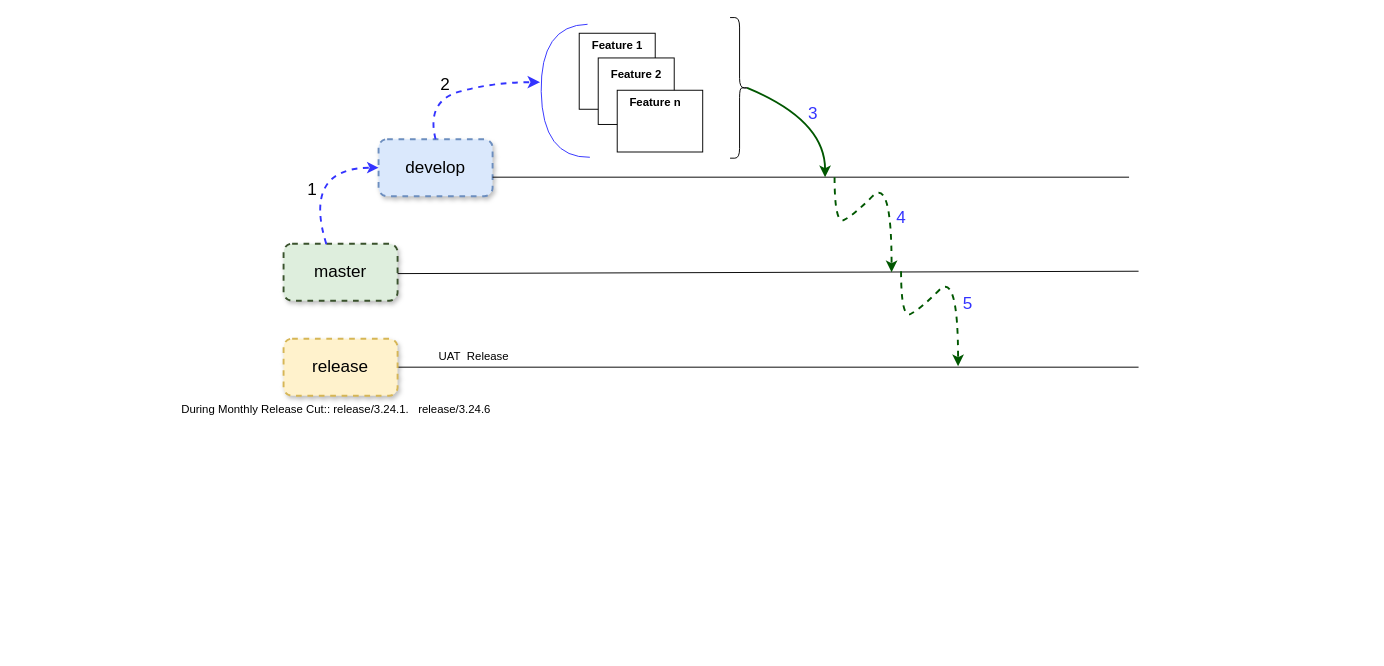
Above: Branches.drawio in PramodNegi/problem-solving-techniques (draw.io), before the change. Source tidied: cells renumbered, new cells numbered last; positions are measured from the earlier drawing's top-left corner, leaving out a move shared by most shapes. Both pictures are drawn from the tidied source at 95%, with x=0, y=0 at pixel (169, 17).
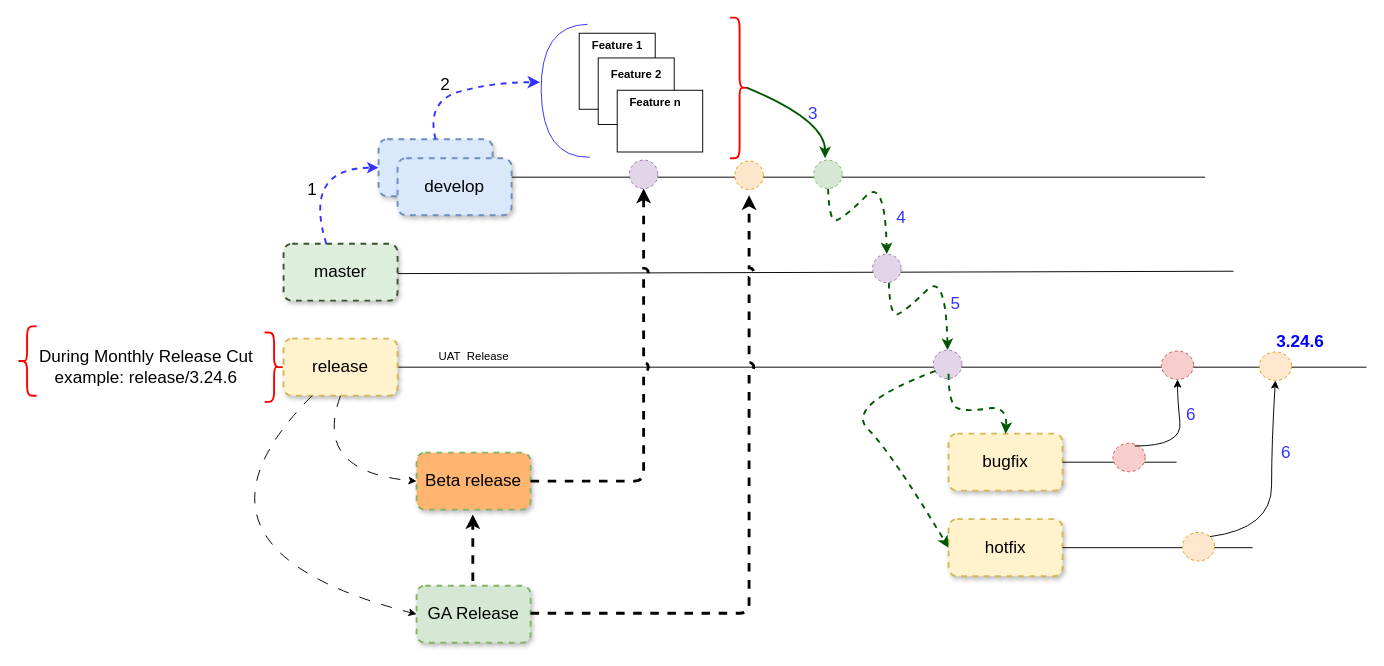
Above is the later version.

Unchanged cells that the change refers to:
```xml
<mxCell id="29" value="&lt;font style=&quot;font-size: 18px;&quot;&gt;release&lt;/font&gt;" style="rounded=1;whiteSpace=wrap;html=1;fillColor=#fff2cc;strokeColor=#d6b656;glass=0;shadow=1;dashed=1;strokeWidth=2;comic=0;" parent="1" vertex="1">
  <mxGeometry x="120" y="338" width="120" height="60" as="geometry" />
</mxCell>
```

Change to the diagram source:
```diff
@@
     <mxCell id="4" style="endArrow=none;html=1;rounded=0;" parent="1" edge="1">
       <mxGeometry relative="1" as="geometry">
         <mxPoint x="240" y="269.5" as="sourcePoint" />
-        <mxPoint x="1020" y="267" as="targetPoint" />
+        <mxPoint x="1120" y="267" as="targetPoint" />
       </mxGeometry>
     </mxCell>
@@
     <mxCell id="18" style="endArrow=none;html=1;rounded=0;" parent="1" edge="1">
       <mxGeometry relative="1" as="geometry">
         <mxPoint x="340" y="168" as="sourcePoint" />
-        <mxPoint x="1010" y="168" as="targetPoint" />
+        <mxPoint x="1090" y="168" as="targetPoint" />
       </mxGeometry>
     </mxCell>
@@
-    <mxCell id="21" style="shape=curlyBracket;whiteSpace=wrap;html=1;rounded=1;flipH=1;labelPosition=right;verticalLabelPosition=middle;align=left;verticalAlign=middle;" parent="1" vertex="1">
+    <mxCell id="21" style="shape=curlyBracket;whiteSpace=wrap;html=1;rounded=1;flipH=1;labelPosition=right;verticalLabelPosition=middle;align=left;verticalAlign=middle;strokeColor=#FF0000;strokeWidth=2;" parent="1" vertex="1">
       <mxGeometry x="590" width="20" height="148" as="geometry" />
     </mxCell>
     <mxCell id="22" style="curved=1;endArrow=classic;html=1;rounded=0;exitX=0.1;exitY=0.5;exitDx=0;exitDy=0;exitPerimeter=0;flowAnimation=1;strokeColor=#005700;strokeWidth=2;" parent="1" edge="1" source="21">
       <mxGeometry relative="1" as="geometry">
-        <mxPoint x="690" y="168" as="targetPoint" />
+        <mxPoint x="690" y="148" as="targetPoint" />
         <Array as="points">
           <mxPoint x="690" y="108" />
         </Array>
       </mxGeometry>
     </mxCell>
@@
-    <mxCell id="24" style="curved=1;endArrow=classic;html=1;rounded=0;strokeColor=#005700;strokeWidth=2;dashed=1;flowAnimation=1;" parent="1" edge="1">
+    <mxCell id="24" style="curved=1;endArrow=classic;html=1;rounded=0;strokeColor=#005700;strokeWidth=2;dashed=1;flowAnimation=1;entryX=0.5;entryY=0;entryDx=0;entryDy=0;" parent="1" edge="1" target="33">
       <mxGeometry relative="1" as="geometry">
-        <mxPoint x="700" y="168" as="sourcePoint" />
-        <mxPoint x="760" y="268" as="targetPoint" />
+        <mxPoint x="693" y="168" as="sourcePoint" />
         <Array as="points">
-          <mxPoint x="700" y="218" />
-          <mxPoint x="720" y="208" />
-          <mxPoint x="760" y="168" />
+          <mxPoint x="693" y="218" />
+          <mxPoint x="713" y="208" />
+          <mxPoint x="753" y="168" />
         </Array>
       </mxGeometry>
     </mxCell>
@@
-    <mxCell id="26" style="curved=1;endArrow=classic;html=1;rounded=0;strokeColor=#005700;strokeWidth=2;dashed=1;flowAnimation=1;" parent="1" edge="1">
+    <mxCell id="26" style="curved=1;endArrow=classic;html=1;rounded=0;strokeColor=#005700;strokeWidth=2;dashed=1;flowAnimation=1;entryX=0.5;entryY=0;entryDx=0;entryDy=0;" parent="1" edge="1" target="34">
       <mxGeometry relative="1" as="geometry">
-        <mxPoint x="770" y="267" as="sourcePoint" />
-        <mxPoint x="830" y="367" as="targetPoint" />
+        <mxPoint x="757" y="267" as="sourcePoint" />
         <Array as="points">
-          <mxPoint x="770" y="317" />
-          <mxPoint x="790" y="307" />
-          <mxPoint x="830" y="267" />
+          <mxPoint x="757" y="317" />
+          <mxPoint x="777" y="307" />
+          <mxPoint x="817" y="267" />
         </Array>
       </mxGeometry>
     </mxCell>
     <mxCell id="27" style="endArrow=none;html=1;rounded=0;exitX=1;exitY=0.5;exitDx=0;exitDy=0;" parent="1" edge="1" source="29">
       <mxGeometry relative="1" as="geometry">
-        <mxPoint x="1020" y="368" as="targetPoint" />
+        <mxPoint x="1260" y="368" as="targetPoint" />
       </mxGeometry>
     </mxCell>
     <mxCell id="28" value="&lt;font color=&quot;#3333ff&quot; style=&quot;font-size: 18px;&quot;&gt;5&lt;/font&gt;" style="text;html=1;align=center;verticalAlign=middle;strokeColor=none;fillColor=none;" parent="1" vertex="1">
-      <mxGeometry x="825" y="281" width="30" height="40" as="geometry" />
+      <mxGeometry x="812" y="281" width="30" height="40" as="geometry" />
     </mxCell>
@@
-    <mxCell id="30" value="During Monthly Release Cut:: release/3.24.1.&amp;nbsp; &amp;nbsp;release/3.24.6" style="text;html=1;align=center;verticalAlign=middle;strokeColor=none;fillColor=none;" parent="1" vertex="1">
-      <mxGeometry y="398" width="350" height="30" as="geometry" />
-    </mxCell>
@@
+    <mxCell id="32" style="ellipse;whiteSpace=wrap;html=1;fillColor=#d5e8d4;strokeColor=#82b366;dashed=1;shadow=0;" parent="1" vertex="1">
+      <mxGeometry x="678" y="150" width="30" height="30" as="geometry" />
+    </mxCell>
+    <mxCell id="33" style="ellipse;whiteSpace=wrap;html=1;fillColor=#e1d5e7;strokeColor=#9673a6;dashed=1;shadow=0;" parent="1" vertex="1">
+      <mxGeometry x="740" y="249" width="30" height="30" as="geometry" />
+    </mxCell>
+    <mxCell id="34" style="ellipse;whiteSpace=wrap;html=1;fillColor=#e1d5e7;strokeColor=#9673a6;dashed=1;shadow=0;" parent="1" vertex="1">
+      <mxGeometry x="804" y="350" width="30" height="30" as="geometry" />
+    </mxCell>
+    <mxCell id="35" value="&lt;font style=&quot;font-size: 18px;&quot;&gt;bugfix&lt;/font&gt;" style="rounded=1;whiteSpace=wrap;html=1;fillColor=#fff2cc;strokeColor=#d6b656;glass=0;shadow=1;dashed=1;strokeWidth=2;comic=0;" parent="1" vertex="1">
+      <mxGeometry x="820" y="438" width="120" height="60" as="geometry" />
+    </mxCell>
+    <mxCell id="36" value="&lt;font style=&quot;font-size: 18px;&quot;&gt;hotfix&lt;/font&gt;" style="rounded=1;whiteSpace=wrap;html=1;fillColor=#fff2cc;strokeColor=#d6b656;glass=0;shadow=1;dashed=1;strokeWidth=2;comic=0;" parent="1" vertex="1">
+      <mxGeometry x="820" y="528" width="120" height="60" as="geometry" />
+    </mxCell>
+    <mxCell id="37" style="curved=1;endArrow=classic;html=1;rounded=0;strokeColor=#005700;strokeWidth=2;dashed=1;flowAnimation=1;" parent="1" edge="1">
+      <mxGeometry relative="1" as="geometry">
+        <mxPoint x="820" y="375" as="sourcePoint" />
+        <mxPoint x="880" y="438" as="targetPoint" />
+        <Array as="points">
+          <mxPoint x="820" y="408" />
+          <mxPoint x="840" y="415" />
+          <mxPoint x="882" y="408" />
+        </Array>
+      </mxGeometry>
+    </mxCell>
+    <mxCell id="38" style="curved=1;endArrow=classic;html=1;rounded=0;strokeColor=#005700;strokeWidth=2;dashed=1;flowAnimation=1;exitX=0;exitY=1;exitDx=0;exitDy=0;entryX=0;entryY=0.5;entryDx=0;entryDy=0;" parent="1" edge="1" target="36">
+      <mxGeometry relative="1" as="geometry">
+        <mxPoint x="806.4" y="372" as="sourcePoint" />
+        <Array as="points">
+          <mxPoint x="710" y="408" />
+          <mxPoint x="760" y="458" />
+        </Array>
+      </mxGeometry>
+    </mxCell>
+    <mxCell id="39" style="endArrow=none;html=1;rounded=0;exitX=1;exitY=0.5;exitDx=0;exitDy=0;" parent="1" edge="1" source="35">
+      <mxGeometry relative="1" as="geometry">
+        <mxPoint x="1060" y="468" as="targetPoint" />
+      </mxGeometry>
+    </mxCell>
+    <mxCell id="40" style="endArrow=none;html=1;rounded=0;" parent="1" edge="1">
+      <mxGeometry relative="1" as="geometry">
+        <mxPoint x="940" y="558" as="sourcePoint" />
+        <mxPoint x="1140" y="558" as="targetPoint" />
+      </mxGeometry>
+    </mxCell>
+    <mxCell id="41" style="ellipse;whiteSpace=wrap;html=1;fillColor=#f8cecc;strokeColor=#b85450;dashed=1;shadow=0;" parent="1" vertex="1">
+      <mxGeometry x="1044" y="351" width="34" height="30" as="geometry" />
+    </mxCell>
+    <mxCell id="42" style="ellipse;whiteSpace=wrap;html=1;fillColor=#ffe6cc;strokeColor=#d79b00;dashed=1;shadow=0;" parent="1" vertex="1">
+      <mxGeometry x="1147" y="352" width="34" height="30" as="geometry" />
+    </mxCell>
+    <mxCell id="43" style="ellipse;whiteSpace=wrap;html=1;fillColor=#f8cecc;strokeColor=#b85450;dashed=1;shadow=0;" parent="1" vertex="1">
+      <mxGeometry x="993" y="448" width="34" height="30" as="geometry" />
+    </mxCell>
+    <mxCell id="44" style="ellipse;whiteSpace=wrap;html=1;fillColor=#ffe6cc;strokeColor=#d79b00;dashed=1;shadow=0;" parent="1" vertex="1">
+      <mxGeometry x="1066" y="542" width="34" height="30" as="geometry" />
+    </mxCell>
+    <mxCell id="45" style="curved=1;endArrow=classic;html=1;rounded=0;entryX=0.5;entryY=1;entryDx=0;entryDy=0;flowAnimation=1;" parent="1" edge="1" target="41">
+      <mxGeometry relative="1" as="geometry">
+        <mxPoint x="1016" y="451" as="sourcePoint" />
+        <Array as="points">
+          <mxPoint x="1066" y="451" />
+          <mxPoint x="1061" y="401" />
+        </Array>
+      </mxGeometry>
+    </mxCell>
+    <mxCell id="46" style="curved=1;endArrow=classic;html=1;rounded=0;entryX=0.5;entryY=1;entryDx=0;entryDy=0;exitX=1;exitY=0;exitDx=0;exitDy=0;flowAnimation=1;" parent="1" edge="1" source="44" target="42">
+      <mxGeometry relative="1" as="geometry">
+        <Array as="points">
+          <mxPoint x="1160" y="538" />
+          <mxPoint x="1160" y="448" />
+        </Array>
+      </mxGeometry>
+    </mxCell>
+    <mxCell id="47" value="&lt;font color=&quot;#3333ff&quot; style=&quot;font-size: 18px;&quot;&gt;6&lt;/font&gt;" style="text;html=1;align=center;verticalAlign=middle;strokeColor=none;fillColor=none;" parent="1" vertex="1">
+      <mxGeometry x="1060" y="398" width="30" height="40" as="geometry" />
+    </mxCell>
+    <mxCell id="48" value="&lt;font color=&quot;#3333ff&quot; style=&quot;font-size: 18px;&quot;&gt;6&lt;/font&gt;" style="text;html=1;align=center;verticalAlign=middle;strokeColor=none;fillColor=none;" parent="1" vertex="1">
+      <mxGeometry x="1160" y="438" width="30" height="40" as="geometry" />
+    </mxCell>
+    <mxCell id="49" value="&lt;b&gt;&lt;font color=&quot;#0000ff&quot; style=&quot;font-size: 18px;&quot;&gt;3.24.6&lt;/font&gt;&lt;/b&gt;" style="text;html=1;align=center;verticalAlign=middle;strokeColor=none;fillColor=none;" parent="1" vertex="1">
+      <mxGeometry x="1155" y="321" width="70" height="40" as="geometry" />
+    </mxCell>
+    <mxCell id="50" style="shape=curlyBracket;whiteSpace=wrap;html=1;rounded=1;flipH=1;labelPosition=right;verticalLabelPosition=middle;align=left;verticalAlign=middle;strokeColor=#FF0000;strokeWidth=2;size=0.5;" parent="1" vertex="1">
+      <mxGeometry x="100" y="331.5" width="20" height="73" as="geometry" />
+    </mxCell>
+    <mxCell id="51" value="&lt;font style=&quot;font-size: 18px;&quot;&gt;During Monthly Release Cut&lt;br&gt;example: release/3.24.6&lt;br&gt;&lt;/font&gt;" style="text;html=1;align=center;verticalAlign=middle;strokeColor=none;fillColor=none;" parent="1" vertex="1">
+      <mxGeometry x="-150" y="338" width="250" height="60" as="geometry" />
+    </mxCell>
+    <mxCell id="52" style="shape=curlyBracket;whiteSpace=wrap;html=1;rounded=1;flipH=1;labelPosition=right;verticalLabelPosition=middle;align=left;verticalAlign=middle;strokeColor=#FF0000;strokeWidth=2;size=0.5;rotation=-180;" parent="1" vertex="1">
+      <mxGeometry x="-160" y="325" width="20" height="73" as="geometry" />
+    </mxCell>
+    <mxCell id="53" style="curved=1;endArrow=classic;html=1;rounded=0;exitX=0.25;exitY=1;exitDx=0;exitDy=0;entryX=0;entryY=0.5;entryDx=0;entryDy=0;dashed=1;dashPattern=12 12;flowAnimation=1;" parent="1" edge="1" source="29" target="54">
+      <mxGeometry relative="1" as="geometry">
+        <Array as="points">
+          <mxPoint x="-10" y="558.5" />
+        </Array>
+      </mxGeometry>
+    </mxCell>
+    <mxCell id="54" value="&lt;span style=&quot;font-size: 18px;&quot;&gt;GA Release&lt;/span&gt;" style="rounded=1;whiteSpace=wrap;html=1;fillColor=#d5e8d4;strokeColor=#82b366;glass=0;shadow=1;dashed=1;strokeWidth=2;comic=0;" parent="1" vertex="1">
+      <mxGeometry x="260" y="598" width="120" height="60" as="geometry" />
+    </mxCell>
+    <mxCell id="55" value="&lt;font style=&quot;font-size: 18px;&quot;&gt;develop&lt;/font&gt;" style="rounded=1;whiteSpace=wrap;html=1;fillColor=#dae8fc;strokeColor=#6c8ebf;glass=0;shadow=1;dashed=1;strokeWidth=2;comic=0;" parent="1" vertex="1">
+      <mxGeometry x="240" y="148" width="120" height="60" as="geometry" />
+    </mxCell>
+    <mxCell id="56" value="&lt;font style=&quot;font-size: 18px;&quot;&gt;Beta release&lt;/font&gt;" style="rounded=1;whiteSpace=wrap;html=1;fillColor=#FFB570;strokeColor=#82b366;glass=0;shadow=1;dashed=1;strokeWidth=2;comic=0;" parent="1" vertex="1">
+      <mxGeometry x="260" y="458" width="120" height="60" as="geometry" />
+    </mxCell>
+    <mxCell id="57" style="endArrow=classic;html=1;rounded=0;curved=0;dashed=1;flowAnimation=1;strokeWidth=3;" parent="1" edge="1">
+      <mxGeometry relative="1" as="geometry">
+        <mxPoint x="319.2" y="593" as="sourcePoint" />
+        <mxPoint x="319.2" y="523" as="targetPoint" />
+      </mxGeometry>
+    </mxCell>
+    <mxCell id="58" style="endArrow=classic;html=1;rounded=1;strokeColor=default;edgeStyle=elbowEdgeStyle;elbow=vertical;jumpStyle=arc;strokeWidth=3;exitX=1;exitY=0.5;exitDx=0;exitDy=0;dashed=1;flowAnimation=1;endFill=1;" parent="1" edge="1">
+      <mxGeometry relative="1" as="geometry">
+        <mxPoint x="380" y="627" as="sourcePoint" />
+        <mxPoint x="610" y="187" as="targetPoint" />
+        <Array as="points">
+          <mxPoint x="540" y="627" />
+        </Array>
+      </mxGeometry>
+    </mxCell>
+    <mxCell id="59" style="ellipse;whiteSpace=wrap;html=1;fillColor=#ffe6cc;strokeColor=#d79b00;dashed=1;shadow=0;" parent="1" vertex="1">
+      <mxGeometry x="595" y="151" width="30" height="30" as="geometry" />
+    </mxCell>
+    <mxCell id="60" style="endArrow=classic;html=1;rounded=1;strokeColor=default;edgeStyle=elbowEdgeStyle;elbow=vertical;jumpStyle=arc;strokeWidth=3;dashed=1;flowAnimation=1;targetPerimeterSpacing=3;endFill=1;entryX=0.5;entryY=1;entryDx=0;entryDy=0;" parent="1" edge="1" target="61">
+      <mxGeometry relative="1" as="geometry">
+        <mxPoint x="380" y="488" as="sourcePoint" />
+        <Array as="points">
+          <mxPoint x="440" y="488" />
+        </Array>
+      </mxGeometry>
+    </mxCell>
+    <mxCell id="61" style="ellipse;whiteSpace=wrap;html=1;fillColor=#e1d5e7;strokeColor=#9673a6;dashed=1;shadow=0;" parent="1" vertex="1">
+      <mxGeometry x="484" y="150" width="30" height="30" as="geometry" />
+    </mxCell>
+    <mxCell id="62" style="curved=1;endArrow=classic;html=1;rounded=0;entryX=0;entryY=0.5;entryDx=0;entryDy=0;exitX=0.5;exitY=1;exitDx=0;exitDy=0;dashed=1;dashPattern=12 12;flowAnimation=1;" parent="1" edge="1" source="29" target="56">
+      <mxGeometry relative="1" as="geometry">
+        <Array as="points">
+          <mxPoint x="150" y="478" />
+        </Array>
+      </mxGeometry>
+    </mxCell>
```
